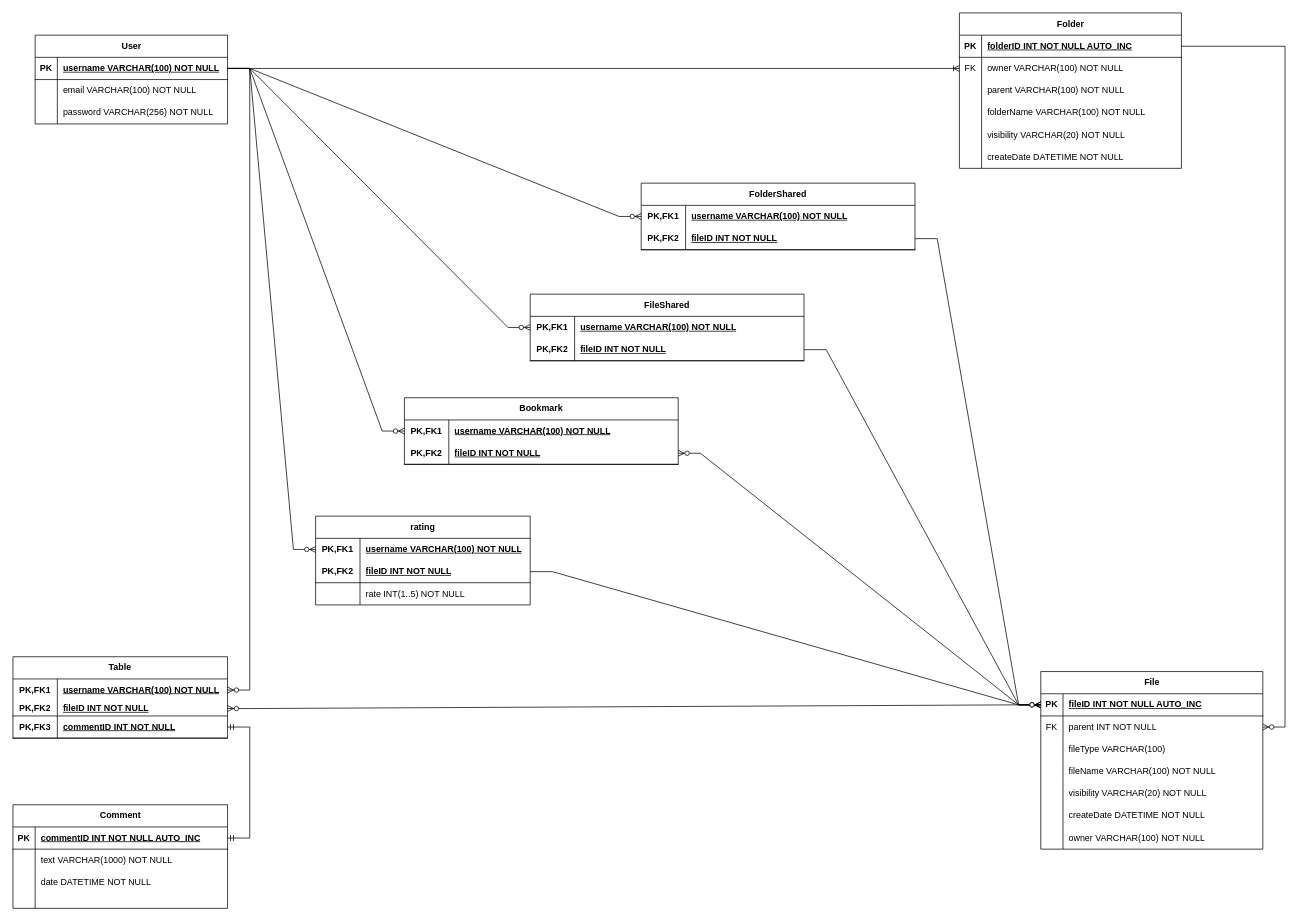
This is diagramok/relacio_sema.drawio from HedSut/2024-adatb-projekt-drive, a draw.io file, before an edit. Source tidied: cells renumbered, new cells numbered last; positions are measured from the earlier drawing's top-left corner, leaving out a move shared by most shapes. Both pictures are drawn from the tidied source at 74%, with x=0, y=0 at pixel (13, 13).
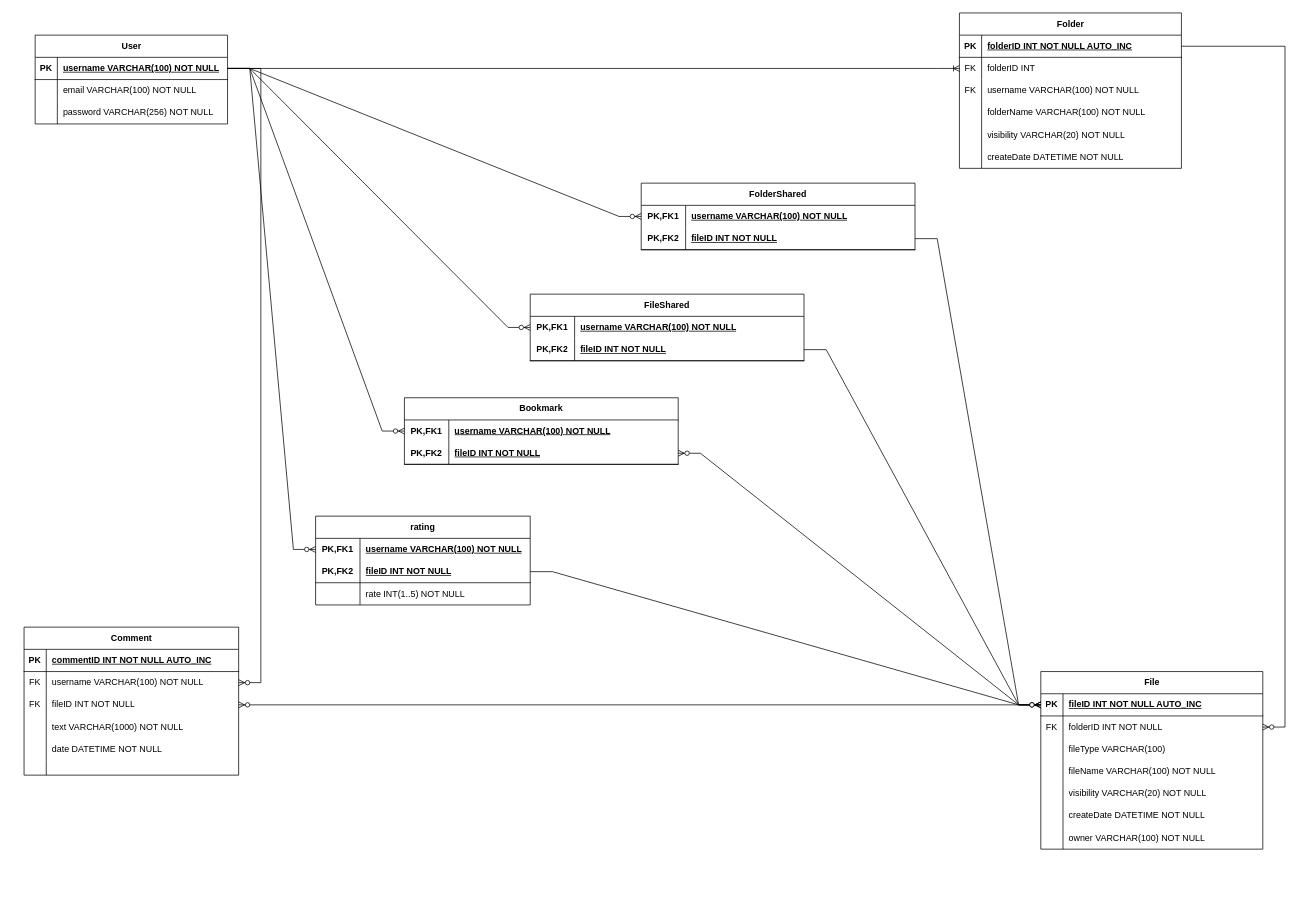
The same diagram, later.

Unchanged cells that the change refers to:
```xml
<mxCell id="3" style="shape=tableRow;horizontal=0;startSize=0;swimlaneHead=0;swimlaneBody=0;fillColor=none;points=[[0,0.5],[1,0.5]];portConstraint=eastwest;top=0;left=0;right=0;bottom=1;" parent="2" vertex="1">
  <mxGeometry y="30" width="260" height="30" as="geometry" />
</mxCell>
<mxCell id="13" style="shape=tableRow;horizontal=0;startSize=0;swimlaneHead=0;swimlaneBody=0;fillColor=none;points=[[0,0.5],[1,0.5]];portConstraint=eastwest;top=0;left=0;right=0;bottom=1;" parent="12" vertex="1">
  <mxGeometry y="30" width="290" height="30" as="geometry" />
</mxCell>
<mxCell id="52" style="shape=tableRow;horizontal=0;startSize=0;swimlaneHead=0;swimlaneBody=0;fillColor=none;points=[[0,0.5],[1,0.5]];portConstraint=eastwest;top=0;left=0;right=0;bottom=1;" parent="51" vertex="1">
  <mxGeometry y="30" width="300" height="30" as="geometry" />
</mxCell>
<mxCell id="55" style="shape=tableRow;horizontal=0;startSize=0;swimlaneHead=0;swimlaneBody=0;fillColor=none;points=[[0,0.5],[1,0.5]];portConstraint=eastwest;top=0;left=0;right=0;bottom=0;" parent="51" vertex="1">
  <mxGeometry y="60" width="300" height="30" as="geometry" />
</mxCell>
<mxCell id="104" style="shape=tableRow;horizontal=0;startSize=0;swimlaneHead=0;swimlaneBody=0;fillColor=none;points=[[0,0.5],[1,0.5]];portConstraint=eastwest;top=0;left=0;right=0;bottom=0;" parent="100" vertex="1">
  <mxGeometry y="60" width="300" height="30" as="geometry" />
</mxCell>
<mxCell id="107" style="shape=tableRow;horizontal=0;startSize=0;swimlaneHead=0;swimlaneBody=0;fillColor=none;top=0;left=0;right=0;bottom=0;" parent="100" vertex="1">
  <mxGeometry y="90" width="300" height="30" as="geometry" />
</mxCell>
```

The edit, as a diff of the source:
```diff
@@
     <mxCell id="12" value="Comment" style="shape=table;startSize=30;childLayout=tableLayout;rowLines=0;fontStyle=1;align=center;html=1;" parent="1" vertex="1">
-      <mxGeometry y="1070" width="290" height="140" as="geometry" />
+      <mxGeometry x="15" y="830" width="290" height="200" as="geometry" />
     </mxCell>
@@
+    <mxCell id="118" style="shape=tableRow;horizontal=0;startSize=0;swimlaneHead=0;swimlaneBody=0;fillColor=none;points=[[0,0.5],[1,0.5]];portConstraint=eastwest;top=0;left=0;right=0;bottom=0;" parent="12" vertex="1">
+      <mxGeometry y="60" width="290" height="30" as="geometry" />
+    </mxCell>
+    <mxCell id="119" value="FK" style="shape=partialRectangle;fillColor=none;top=0;left=0;bottom=0;right=0;fontStyle=0;overflow=hidden;whiteSpace=wrap;html=1;" parent="118" vertex="1">
+      <mxGeometry width="30" height="30" as="geometry" />
+    </mxCell>
+    <mxCell id="42" value="username VARCHAR(100) NOT NULL" style="shape=partialRectangle;fillColor=none;top=0;left=0;bottom=0;right=0;align=left;spacingLeft=6;fontStyle=0;overflow=hidden;whiteSpace=wrap;html=1;" parent="118" vertex="1">
+      <mxGeometry x="30" width="260" height="30" as="geometry" />
+    </mxCell>
+    <mxCell id="120" style="shape=tableRow;horizontal=0;startSize=0;swimlaneHead=0;swimlaneBody=0;fillColor=none;points=[[0,0.5],[1,0.5]];portConstraint=eastwest;top=0;left=0;right=0;bottom=0;" parent="12" vertex="1">
+      <mxGeometry y="90" width="290" height="30" as="geometry" />
+    </mxCell>
+    <mxCell id="121" value="FK" style="shape=partialRectangle;fillColor=none;top=0;left=0;bottom=0;right=0;fontStyle=0;overflow=hidden;whiteSpace=wrap;html=1;" parent="120" vertex="1">
+      <mxGeometry width="30" height="30" as="geometry" />
+    </mxCell>
+    <mxCell id="45" value="fileID INT NOT NULL" style="shape=partialRectangle;fillColor=none;top=0;left=0;bottom=0;right=0;align=left;spacingLeft=6;fontStyle=0;overflow=hidden;whiteSpace=wrap;html=1;" parent="120" vertex="1">
+      <mxGeometry x="30" width="260" height="30" as="geometry" />
+    </mxCell>
     <mxCell id="16" style="shape=tableRow;horizontal=0;startSize=0;swimlaneHead=0;swimlaneBody=0;fillColor=none;top=0;left=0;right=0;bottom=0;" parent="12" vertex="1">
-      <mxGeometry y="60" width="290" height="30" as="geometry" />
+      <mxGeometry y="120" width="290" height="30" as="geometry" />
     </mxCell>
@@
     <mxCell id="19" style="shape=tableRow;horizontal=0;startSize=0;swimlaneHead=0;swimlaneBody=0;fillColor=none;top=0;left=0;right=0;bottom=0;" parent="12" vertex="1">
-      <mxGeometry y="90" width="290" height="30" as="geometry" />
+      <mxGeometry y="150" width="290" height="30" as="geometry" />
     </mxCell>
@@
     <mxCell id="22" style="shape=tableRow;horizontal=0;startSize=0;swimlaneHead=0;swimlaneBody=0;fillColor=none;top=0;left=0;right=0;bottom=0;" parent="12" vertex="1">
-      <mxGeometry y="120" width="290" height="20" as="geometry" />
+      <mxGeometry y="180" width="290" height="20" as="geometry" />
     </mxCell>
@@
-    <mxCell id="37" style="edgeStyle=entityRelationEdgeStyle;fontSize=12;html=1;endArrow=ERzeroToMany;endFill=1;rounded=0;" parent="1" edge="1" source="3" target="40">
+    <mxCell id="37" style="edgeStyle=entityRelationEdgeStyle;fontSize=12;html=1;endArrow=ERzeroToMany;endFill=1;rounded=0;" parent="1" edge="1" source="3" target="118">
       <mxGeometry relative="1" as="geometry" />
     </mxCell>
-    <mxCell id="38" style="edgeStyle=entityRelationEdgeStyle;fontSize=12;html=1;endArrow=ERzeroToMany;endFill=1;rounded=0;" parent="1" edge="1" source="52" target="43">
+    <mxCell id="38" style="edgeStyle=entityRelationEdgeStyle;fontSize=12;html=1;endArrow=ERzeroToMany;endFill=1;rounded=0;" parent="1" edge="1" source="52" target="120">
       <mxGeometry relative="1" as="geometry" />
     </mxCell>
-    <mxCell id="39" value="Table" style="shape=table;startSize=30;childLayout=tableLayout;rowLines=0;fontStyle=1;align=center;html=1;whiteSpace=wrap;strokeColor=default;verticalAlign=middle;fontFamily=Helvetica;fontSize=12;fontColor=default;fillColor=default;" parent="1" vertex="1">
-      <mxGeometry y="870" width="290" height="110" as="geometry" />
-    </mxCell>
-    <mxCell id="40" style="shape=tableRow;horizontal=0;startSize=0;swimlaneHead=0;swimlaneBody=0;fillColor=none;points=[[0,0.5],[1,0.5]];portConstraint=eastwest;top=0;left=0;right=0;bottom=0;html=1;strokeColor=default;align=center;verticalAlign=middle;fontFamily=Helvetica;fontSize=12;fontColor=default;" parent="39" vertex="1">
-      <mxGeometry y="30" width="290" height="30" as="geometry" />
-    </mxCell>
-    <mxCell id="41" value="PK,FK1" style="shape=partialRectangle;fillColor=none;top=0;left=0;bottom=0;right=0;fontStyle=1;overflow=hidden;html=1;whiteSpace=wrap;strokeColor=default;align=center;verticalAlign=middle;fontFamily=Helvetica;fontSize=12;fontColor=default;startSize=30;" parent="40" vertex="1">
-      <mxGeometry width="60" height="30" as="geometry" />
-    </mxCell>
-    <mxCell id="42" value="username VARCHAR(100) NOT NULL" style="shape=partialRectangle;fillColor=none;top=0;left=0;bottom=0;right=0;align=left;spacingLeft=6;fontStyle=5;overflow=hidden;html=1;whiteSpace=wrap;strokeColor=default;verticalAlign=middle;fontFamily=Helvetica;fontSize=12;fontColor=default;startSize=30;" parent="40" vertex="1">
-      <mxGeometry x="60" width="230" height="30" as="geometry" />
-    </mxCell>
-    <mxCell id="43" style="shape=tableRow;horizontal=0;startSize=0;swimlaneHead=0;swimlaneBody=0;fillColor=none;points=[[0,0.5],[1,0.5]];portConstraint=eastwest;top=0;left=0;right=0;bottom=1;html=1;strokeColor=default;align=center;verticalAlign=middle;fontFamily=Helvetica;fontSize=12;fontColor=default;" parent="39" vertex="1">
-      <mxGeometry y="60" width="290" height="20" as="geometry" />
-    </mxCell>
-    <mxCell id="44" value="PK,FK2" style="shape=partialRectangle;fillColor=none;top=0;left=0;bottom=0;right=0;fontStyle=1;overflow=hidden;html=1;whiteSpace=wrap;strokeColor=default;align=center;verticalAlign=middle;fontFamily=Helvetica;fontSize=12;fontColor=default;startSize=30;" parent="43" vertex="1">
-      <mxGeometry width="60" height="20" as="geometry" />
-    </mxCell>
-    <mxCell id="45" value="fileID INT NOT NULL" style="shape=partialRectangle;fillColor=none;top=0;left=0;bottom=0;right=0;align=left;spacingLeft=6;fontStyle=5;overflow=hidden;html=1;whiteSpace=wrap;strokeColor=default;verticalAlign=middle;fontFamily=Helvetica;fontSize=12;fontColor=default;startSize=30;" parent="43" vertex="1">
-      <mxGeometry x="60" width="230" height="20" as="geometry" />
-    </mxCell>
-    <mxCell id="46" style="shape=tableRow;horizontal=0;startSize=0;swimlaneHead=0;swimlaneBody=0;fillColor=none;points=[[0,0.5],[1,0.5]];portConstraint=eastwest;top=0;left=0;right=0;bottom=1;strokeColor=default;align=center;verticalAlign=middle;fontFamily=Helvetica;fontSize=12;fontColor=default;html=1;" parent="39" vertex="1">
-      <mxGeometry y="80" width="290" height="30" as="geometry" />
-    </mxCell>
-    <mxCell id="47" value="PK,FK3" style="shape=partialRectangle;fillColor=none;top=0;left=0;bottom=0;right=0;fontStyle=1;overflow=hidden;whiteSpace=wrap;html=1;strokeColor=default;align=center;verticalAlign=middle;fontFamily=Helvetica;fontSize=12;fontColor=default;startSize=30;" parent="46" vertex="1">
-      <mxGeometry width="60" height="30" as="geometry" />
-    </mxCell>
-    <mxCell id="48" value="commentID INT NOT NULL" style="shape=partialRectangle;fillColor=none;top=0;left=0;bottom=0;right=0;align=left;spacingLeft=6;fontStyle=5;overflow=hidden;whiteSpace=wrap;html=1;strokeColor=default;verticalAlign=middle;fontFamily=Helvetica;fontSize=12;fontColor=default;startSize=30;" parent="46" vertex="1">
-      <mxGeometry x="60" width="230" height="30" as="geometry" />
-    </mxCell>
-    <mxCell id="49" style="edgeStyle=entityRelationEdgeStyle;fontSize=12;html=1;endArrow=ERmandOne;startArrow=ERmandOne;rounded=0;" parent="1" edge="1" source="13" target="46">
-      <mxGeometry relative="1" as="geometry">
-        <Array as="points">
-          <mxPoint x="550" y="620" />
-        </Array>
-      </mxGeometry>
-    </mxCell>
@@
-    <mxCell id="57" value="parent INT NOT NULL&amp;nbsp;" style="shape=partialRectangle;fillColor=none;top=0;left=0;bottom=0;right=0;align=left;spacingLeft=6;fontStyle=0;overflow=hidden;whiteSpace=wrap;html=1;" parent="55" vertex="1">
+    <mxCell id="57" value="folderID INT NOT NULL" style="shape=partialRectangle;fillColor=none;top=0;left=0;bottom=0;right=0;align=left;spacingLeft=6;fontStyle=0;overflow=hidden;whiteSpace=wrap;html=1;" parent="55" vertex="1">
       <mxGeometry x="30" width="270" height="30" as="geometry" />
     </mxCell>
@@
-    <mxCell id="106" value="owner VARCHAR(100) NOT NULL" style="shape=partialRectangle;fillColor=none;top=0;left=0;bottom=0;right=0;align=left;spacingLeft=6;fontStyle=0;overflow=hidden;whiteSpace=wrap;html=1;" parent="104" vertex="1">
+    <mxCell id="106" value="folderID INT&amp;nbsp;" style="shape=partialRectangle;fillColor=none;top=0;left=0;bottom=0;right=0;align=left;spacingLeft=6;fontStyle=0;overflow=hidden;whiteSpace=wrap;html=1;" parent="104" vertex="1">
       <mxGeometry x="30" width="270" height="30" as="geometry" />
     </mxCell>
@@
-    <mxCell id="108" style="shape=partialRectangle;fillColor=none;top=0;left=0;bottom=0;right=0;overflow=hidden;whiteSpace=wrap;html=1;" parent="107" vertex="1">
+    <mxCell id="108" value="FK" style="shape=partialRectangle;fillColor=none;top=0;left=0;bottom=0;right=0;overflow=hidden;whiteSpace=wrap;html=1;" parent="107" vertex="1">
       <mxGeometry width="30" height="30" as="geometry" />
     </mxCell>
-    <mxCell id="109" value="parent VARCHAR(100) NOT NULL" style="shape=partialRectangle;fillColor=none;top=0;left=0;bottom=0;right=0;align=left;spacingLeft=6;overflow=hidden;whiteSpace=wrap;html=1;" parent="107" vertex="1">
+    <mxCell id="109" value="username VARCHAR(100) NOT NULL" style="shape=partialRectangle;fillColor=none;top=0;left=0;bottom=0;right=0;align=left;spacingLeft=6;overflow=hidden;whiteSpace=wrap;html=1;" parent="107" vertex="1">
       <mxGeometry x="30" width="270" height="30" as="geometry" />
     </mxCell>
```
